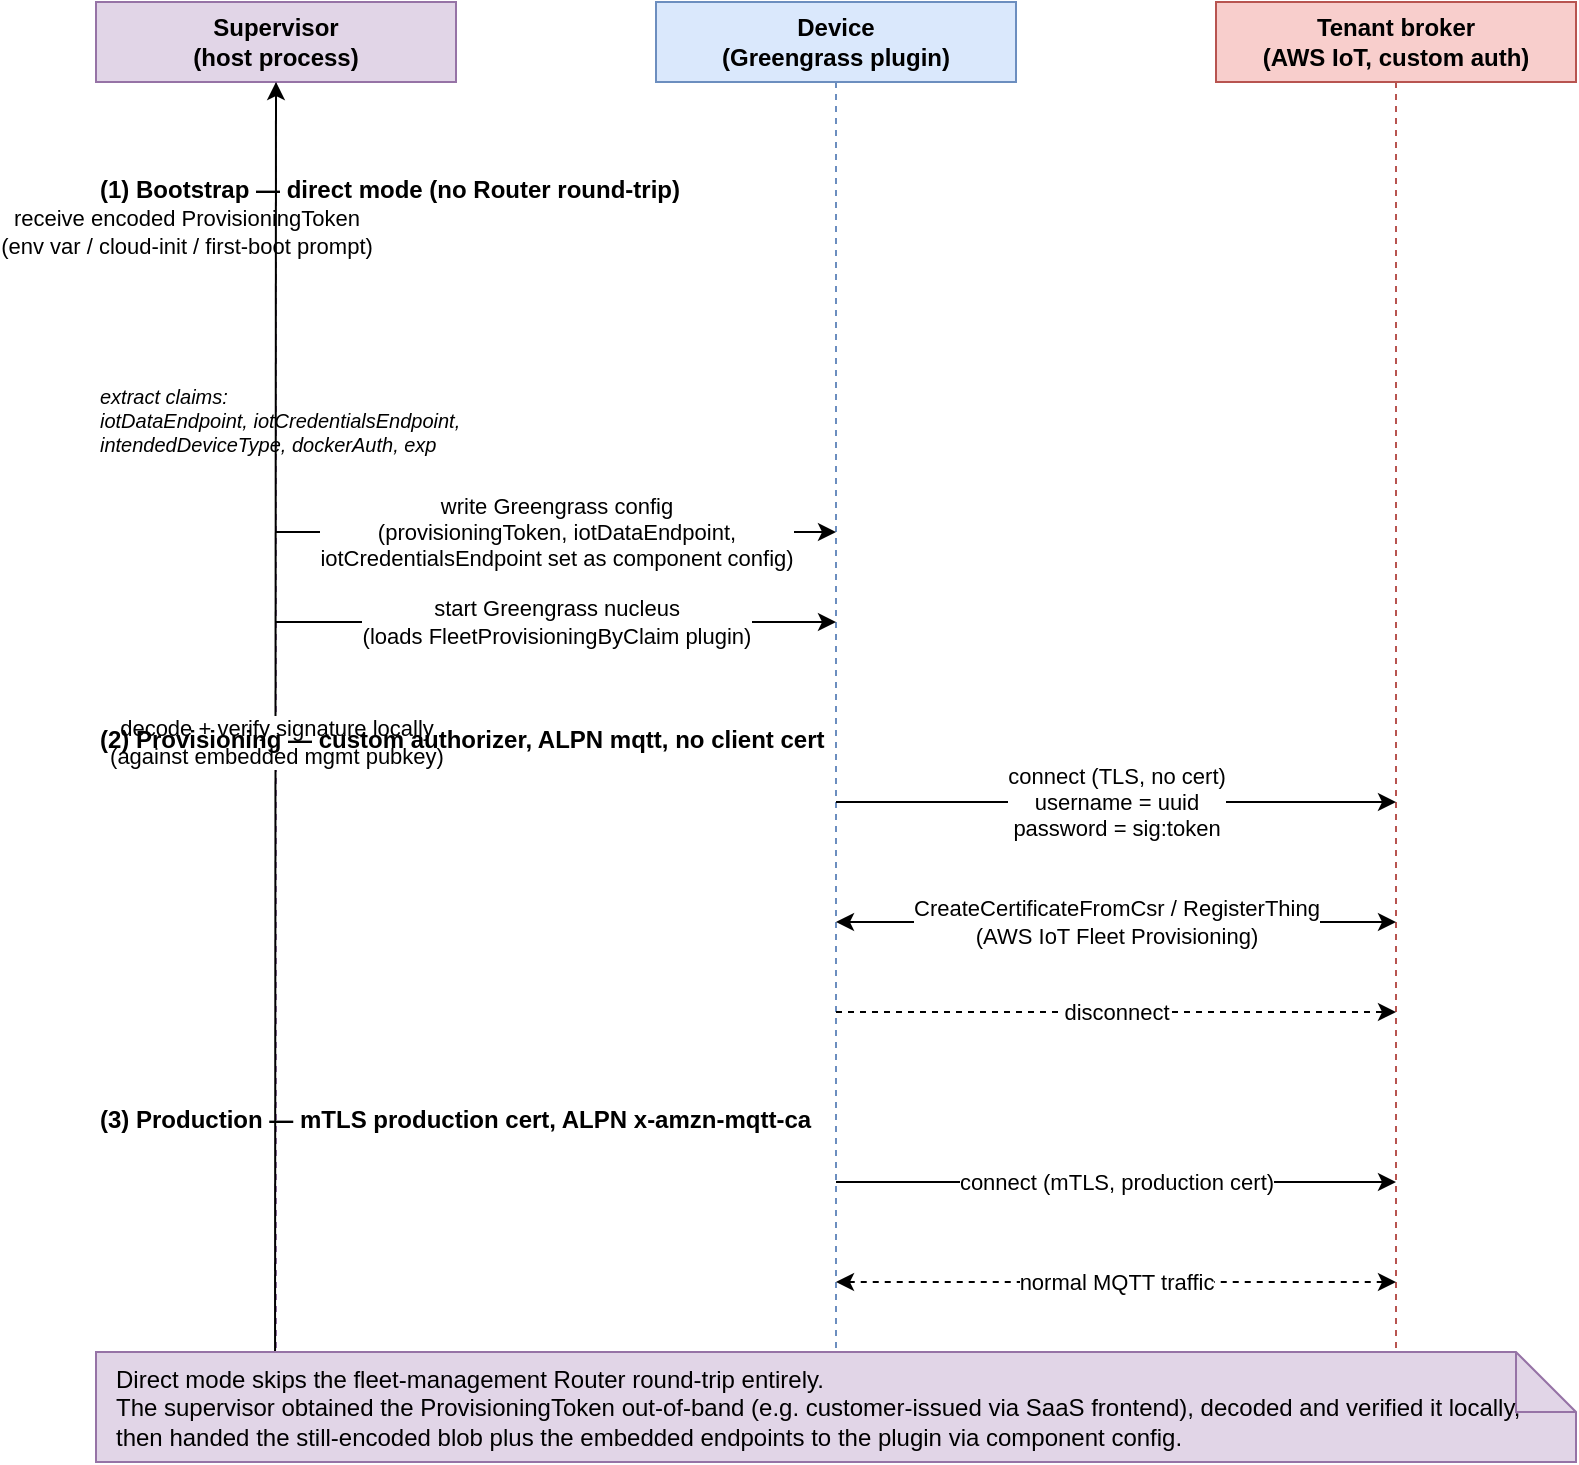
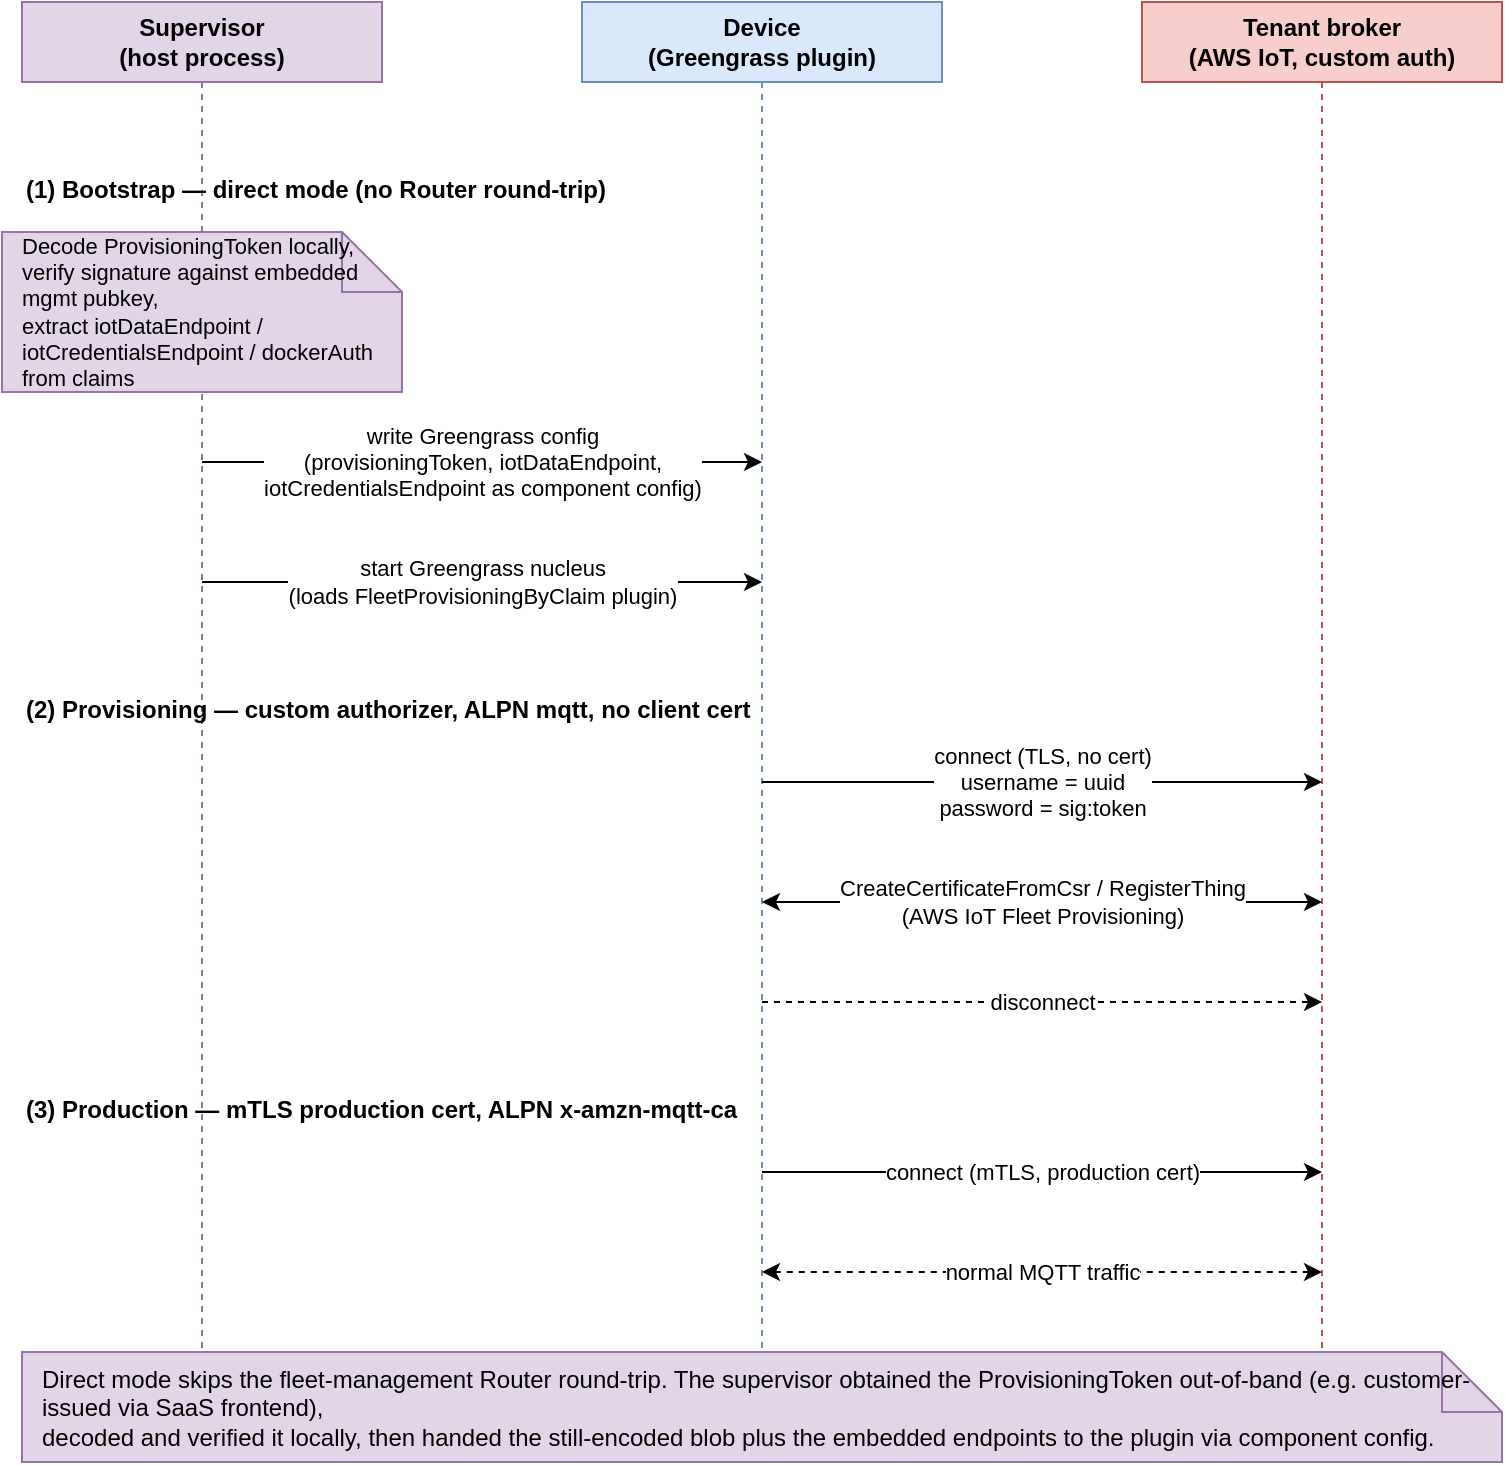
<?xml version="1.0" encoding="UTF-8"?>
<mxfile host="app.diagrams.net" type="device">
  <diagram id="provisioning-direct" name="Direct provisioning flow">
    <mxGraphModel dx="1422" dy="800" grid="1" gridSize="10" guides="1" tooltips="1" connect="1" arrows="1" fold="1" page="1" pageScale="1" pageWidth="980" pageHeight="800" math="0" shadow="0">
      <root>
        <mxCell id="0"/>
        <mxCell id="1" parent="0"/>

        <!-- ===== Lifelines ===== -->
        <mxCell id="sup" value="Supervisor&lt;br&gt;(host process)" style="shape=umlLifeline;perimeter=lifelinePerimeter;whiteSpace=wrap;html=1;fillColor=#E1D5E7;strokeColor=#9673A6;fontStyle=1;" vertex="1" parent="1">
          <mxGeometry x="40" y="40" width="180" height="700" as="geometry"/>
        </mxCell>
        <mxCell id="dev" value="Device&lt;br&gt;(Greengrass plugin)" style="shape=umlLifeline;perimeter=lifelinePerimeter;whiteSpace=wrap;html=1;fillColor=#DAE8FC;strokeColor=#6C8EBF;fontStyle=1;" vertex="1" parent="1">
          <mxGeometry x="320" y="40" width="180" height="700" as="geometry"/>
        </mxCell>
        <mxCell id="tenant" value="Tenant broker&lt;br&gt;(AWS IoT, custom auth)" style="shape=umlLifeline;perimeter=lifelinePerimeter;whiteSpace=wrap;html=1;fillColor=#F8CECC;strokeColor=#B85450;fontStyle=1;" vertex="1" parent="1">
          <mxGeometry x="600" y="40" width="180" height="700" as="geometry"/>
        </mxCell>

        <!-- ===== Phase 1: Direct bootstrap ===== -->
        <mxCell id="phase1" value="(1) Bootstrap — direct mode (no Router round-trip)" style="text;html=1;align=left;fontSize=12;fontStyle=1;" vertex="1" parent="1">
          <mxGeometry x="40" y="120" width="540" height="20" as="geometry"/>
        </mxCell>

-         <mxCell id="msg1" value="receive encoded ProvisioningToken&#10;(env var / cloud-init / first-boot prompt)" style="endArrow=classic;html=1;rounded=0;dashed=1;" edge="1" parent="1">
+         <mxCell id="localActions" value="Decode ProvisioningToken locally,&#10;verify signature against embedded mgmt pubkey,&#10;extract iotDataEndpoint / iotCredentialsEndpoint / dockerAuth from claims" style="shape=note;whiteSpace=wrap;html=1;backgroundOutline=1;fillColor=#E1D5E7;strokeColor=#9673A6;align=left;spacingLeft=8;fontSize=11;" vertex="1" parent="1">
+           <mxGeometry x="30" y="155" width="200" height="80" as="geometry"/>
+         </mxCell>
+ 
+         <mxCell id="msg1" value="write Greengrass config&#10;(provisioningToken, iotDataEndpoint,&#10;iotCredentialsEndpoint as component config)" style="endArrow=classic;html=1;rounded=0;" edge="1" parent="1">
          <mxGeometry relative="1" as="geometry">
-             <mxPoint x="40" y="155" as="sourcePoint"/>
-             <mxPoint x="130" y="155" as="targetPoint"/>
+             <mxPoint x="130" y="270" as="sourcePoint"/>
+             <mxPoint x="410" y="270" as="targetPoint"/>
          </mxGeometry>
        </mxCell>

-         <mxCell id="msg2" value="decode + verify signature locally&#10;(against embedded mgmt pubkey)" style="endArrow=classic;html=1;rounded=0;curved=1;exitX=0.25;exitY=1;entryX=0.5;entryY=0;" edge="1" parent="1" source="sup" target="sup">
+         <mxCell id="msg2" value="start Greengrass nucleus&#10;(loads FleetProvisioningByClaim plugin)" style="endArrow=classic;html=1;rounded=0;" edge="1" parent="1">
          <mxGeometry relative="1" as="geometry">
-             <mxPoint x="80" y="195" as="sourcePoint"/>
-             <mxPoint x="200" y="195" as="targetPoint"/>
-           </mxGeometry>
-         </mxCell>
- 
-         <mxCell id="msg3" value="extract claims:&#10;iotDataEndpoint, iotCredentialsEndpoint,&#10;intendedDeviceType, dockerAuth, exp" style="text;html=1;align=left;fontSize=10;fontStyle=2;" vertex="1" parent="1">
-           <mxGeometry x="40" y="225" width="280" height="50" as="geometry"/>
-         </mxCell>
- 
-         <mxCell id="msg4" value="write Greengrass config&#10;(provisioningToken, iotDataEndpoint,&#10;iotCredentialsEndpoint set as component config)" style="endArrow=classic;html=1;rounded=0;" edge="1" parent="1">
-           <mxGeometry relative="1" as="geometry">
-             <mxPoint x="130" y="305" as="sourcePoint"/>
-             <mxPoint x="410" y="305" as="targetPoint"/>
-           </mxGeometry>
-         </mxCell>
- 
-         <mxCell id="msg5" value="start Greengrass nucleus&#10;(loads FleetProvisioningByClaim plugin)" style="endArrow=classic;html=1;rounded=0;" edge="1" parent="1">
-           <mxGeometry relative="1" as="geometry">
-             <mxPoint x="130" y="350" as="sourcePoint"/>
-             <mxPoint x="410" y="350" as="targetPoint"/>
+             <mxPoint x="130" y="330" as="sourcePoint"/>
+             <mxPoint x="410" y="330" as="targetPoint"/>
          </mxGeometry>
        </mxCell>

        <!-- ===== Phase 2: Custom-auth provisioning ===== -->
        <mxCell id="phase2" value="(2) Provisioning — custom authorizer, ALPN mqtt, no client cert" style="text;html=1;align=left;fontSize=12;fontStyle=1;" vertex="1" parent="1">
-           <mxGeometry x="40" y="395" width="600" height="20" as="geometry"/>
+           <mxGeometry x="40" y="380" width="600" height="20" as="geometry"/>
        </mxCell>

-         <mxCell id="msg6" value="connect (TLS, no cert)&#10;username = uuid&#10;password = sig:token" style="endArrow=classic;html=1;rounded=0;" edge="1" parent="1">
+         <mxCell id="msg3" value="connect (TLS, no cert)&#10;username = uuid&#10;password = sig:token" style="endArrow=classic;html=1;rounded=0;" edge="1" parent="1">
          <mxGeometry relative="1" as="geometry">
-             <mxPoint x="410" y="440" as="sourcePoint"/>
-             <mxPoint x="690" y="440" as="targetPoint"/>
+             <mxPoint x="410" y="430" as="sourcePoint"/>
+             <mxPoint x="690" y="430" as="targetPoint"/>
          </mxGeometry>
        </mxCell>

-         <mxCell id="msg7" value="CreateCertificateFromCsr / RegisterThing&#10;(AWS IoT Fleet Provisioning)" style="endArrow=classic;startArrow=classic;html=1;rounded=0;" edge="1" parent="1">
+         <mxCell id="msg4" value="CreateCertificateFromCsr / RegisterThing&#10;(AWS IoT Fleet Provisioning)" style="endArrow=classic;startArrow=classic;html=1;rounded=0;" edge="1" parent="1">
          <mxGeometry relative="1" as="geometry">
-             <mxPoint x="410" y="500" as="sourcePoint"/>
-             <mxPoint x="690" y="500" as="targetPoint"/>
+             <mxPoint x="410" y="490" as="sourcePoint"/>
+             <mxPoint x="690" y="490" as="targetPoint"/>
          </mxGeometry>
        </mxCell>

-         <mxCell id="msg8" value="disconnect" style="endArrow=classic;html=1;rounded=0;dashed=1;" edge="1" parent="1">
+         <mxCell id="msg5" value="disconnect" style="endArrow=classic;html=1;rounded=0;dashed=1;" edge="1" parent="1">
          <mxGeometry relative="1" as="geometry">
-             <mxPoint x="410" y="545" as="sourcePoint"/>
-             <mxPoint x="690" y="545" as="targetPoint"/>
+             <mxPoint x="410" y="540" as="sourcePoint"/>
+             <mxPoint x="690" y="540" as="targetPoint"/>
          </mxGeometry>
        </mxCell>

        <!-- ===== Phase 3: Production ===== -->
        <mxCell id="phase3" value="(3) Production — mTLS production cert, ALPN x-amzn-mqtt-ca" style="text;html=1;align=left;fontSize=12;fontStyle=1;" vertex="1" parent="1">
-           <mxGeometry x="40" y="585" width="600" height="20" as="geometry"/>
+           <mxGeometry x="40" y="580" width="600" height="20" as="geometry"/>
        </mxCell>

-         <mxCell id="msg9" value="connect (mTLS, production cert)" style="endArrow=classic;html=1;rounded=0;" edge="1" parent="1">
+         <mxCell id="msg6" value="connect (mTLS, production cert)" style="endArrow=classic;html=1;rounded=0;" edge="1" parent="1">
          <mxGeometry relative="1" as="geometry">
-             <mxPoint x="410" y="630" as="sourcePoint"/>
-             <mxPoint x="690" y="630" as="targetPoint"/>
+             <mxPoint x="410" y="625" as="sourcePoint"/>
+             <mxPoint x="690" y="625" as="targetPoint"/>
          </mxGeometry>
        </mxCell>

-         <mxCell id="msg10" value="normal MQTT traffic" style="endArrow=classic;startArrow=classic;html=1;rounded=0;dashed=1;" edge="1" parent="1">
+         <mxCell id="msg7" value="normal MQTT traffic" style="endArrow=classic;startArrow=classic;html=1;rounded=0;dashed=1;" edge="1" parent="1">
          <mxGeometry relative="1" as="geometry">
-             <mxPoint x="410" y="680" as="sourcePoint"/>
-             <mxPoint x="690" y="680" as="targetPoint"/>
+             <mxPoint x="410" y="675" as="sourcePoint"/>
+             <mxPoint x="690" y="675" as="targetPoint"/>
          </mxGeometry>
        </mxCell>

        <!-- ===== Footnote ===== -->
-         <mxCell id="note" value="Direct mode skips the fleet-management Router round-trip entirely.&#10;The supervisor obtained the ProvisioningToken out-of-band (e.g. customer-issued via SaaS frontend), decoded and verified it locally,&#10;then handed the still-encoded blob plus the embedded endpoints to the plugin via component config." style="shape=note;whiteSpace=wrap;html=1;backgroundOutline=1;fillColor=#E1D5E7;strokeColor=#9673A6;align=left;spacingLeft=8;" vertex="1" parent="1">
+         <mxCell id="note" value="Direct mode skips the fleet-management Router round-trip. The supervisor obtained the ProvisioningToken out-of-band (e.g. customer-issued via SaaS frontend),&#10;decoded and verified it locally, then handed the still-encoded blob plus the embedded endpoints to the plugin via component config." style="shape=note;whiteSpace=wrap;html=1;backgroundOutline=1;fillColor=#E1D5E7;strokeColor=#9673A6;align=left;spacingLeft=8;" vertex="1" parent="1">
          <mxGeometry x="40" y="715" width="740" height="55" as="geometry"/>
        </mxCell>
      </root>
    </mxGraphModel>
  </diagram>
</mxfile>
